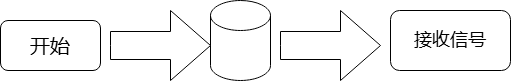
Before: 流程构图.drawio.png, a diagram exported from draw.io (hellohyang/drawio). Source tidied: cells renumbered, new cells last; positions are measured from the earlier drawing's top-left corner, leaving out a move shared by most shapes.
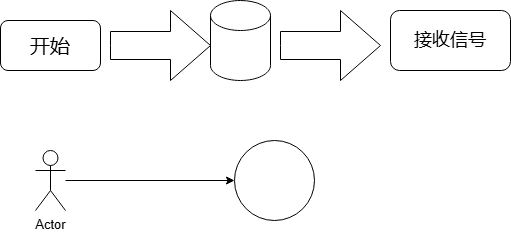
After the commit.

Commit message:
更新流程构图.drawio.png

What changed in the source:
```diff
@@ -17,5 +17,14 @@
     <mxCell id="6" style="html=1;shadow=0;dashed=0;align=center;verticalAlign=middle;shape=mxgraph.arrows2.arrow;dy=0.6;dx=40;notch=0;rounded=1;" parent="1" vertex="1">
       <mxGeometry x="280" y="10" width="100" height="70" as="geometry" />
     </mxCell>
+    <mxCell id="7" value="Actor" style="shape=umlActor;verticalLabelPosition=bottom;verticalAlign=top;html=1;outlineConnect=0;" parent="1" vertex="1">
+      <mxGeometry x="35" y="150" width="30" height="60" as="geometry" />
+    </mxCell>
+    <mxCell id="8" style="ellipse;whiteSpace=wrap;html=1;" parent="1" vertex="1">
+      <mxGeometry x="234" y="140" width="80" height="80" as="geometry" />
+    </mxCell>
+    <mxCell id="9" style="endArrow=classic;html=1;rounded=0;entryX=0;entryY=0.5;entryDx=0;entryDy=0;" parent="1" edge="1" source="7" target="8">
+      <mxGeometry relative="1" as="geometry" />
+    </mxCell>
   </root>
 </mxGraphModel>
```
